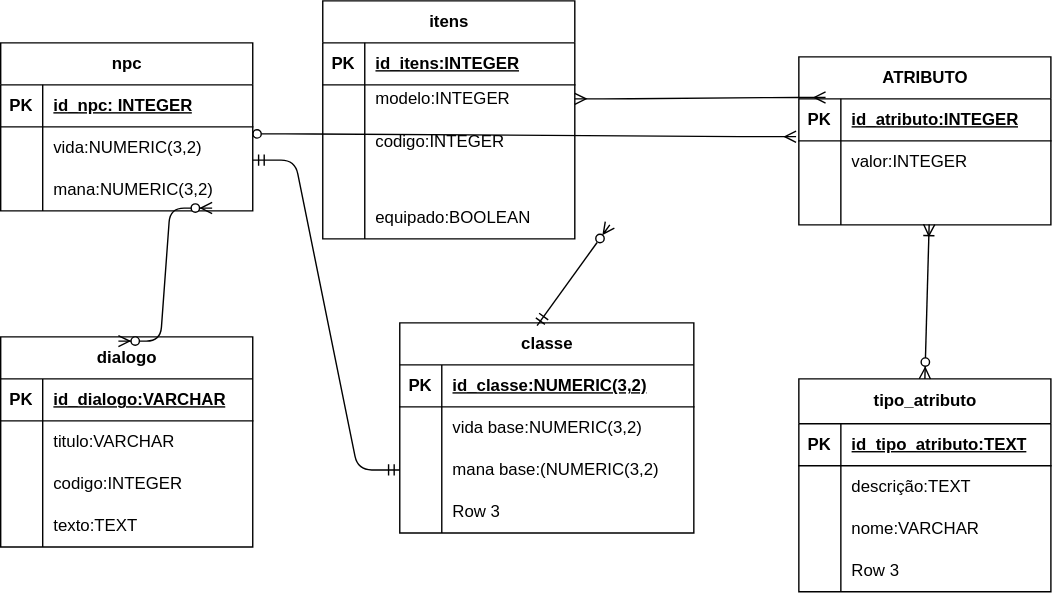
Before: UC2/der.drawio.svg, a diagram exported from draw.io (joaopedrorodriguesdasilva164-creator/sala_de_aula). Source tidied: cells renumbered, new cells last; positions are measured from the earlier drawing's top-left corner, leaving out a move shared by most shapes.
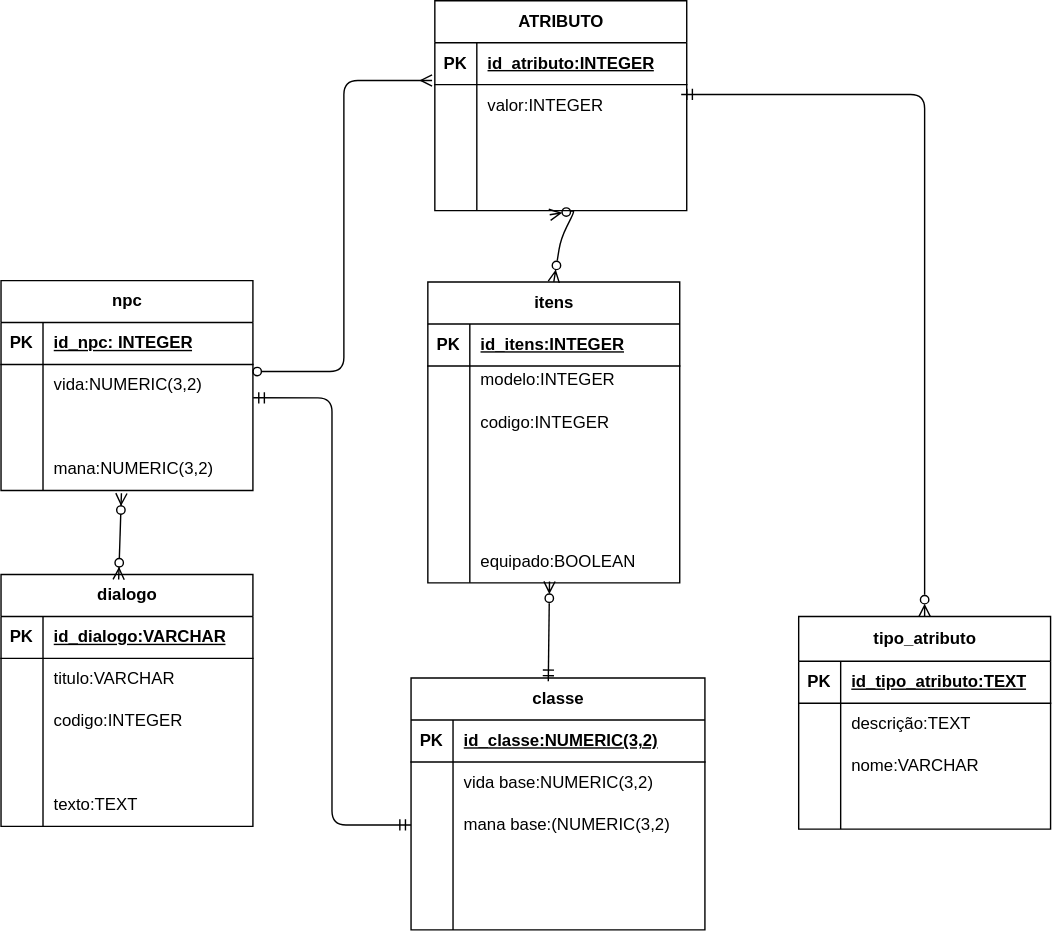
Above is the later version.

Commit message:
aula de hoje

Change to the diagram source:
```diff
@@ -3,7 +3,7 @@
     <mxCell id="0" />
     <mxCell id="1" parent="0" />
     <mxCell id="2" value="npc" style="shape=table;startSize=30;rowLines=0;fontStyle=1;align=center;html=1;" parent="1" vertex="1">
-      <mxGeometry y="30" width="180" height="120" as="geometry" />
+      <mxGeometry y="30" width="180" height="150" as="geometry" />
     </mxCell>
     <mxCell id="3" style="shape=tableRow;horizontal=0;startSize=0;swimlaneHead=0;swimlaneBody=0;fillColor=none;top=0;left=0;right=0;bottom=1;" parent="2" vertex="1">
       <mxGeometry y="30" width="180" height="30" as="geometry" />
@@ -23,8 +23,17 @@
     <mxCell id="8" value="vida:NUMERIC(3,2)" style="shape=partialRectangle;fillColor=none;top=0;left=0;bottom=0;right=0;align=left;spacingLeft=6;overflow=hidden;whiteSpace=wrap;html=1;" parent="6" vertex="1">
       <mxGeometry x="30" width="150" height="30" as="geometry" />
     </mxCell>
+    <mxCell id="83" style="shape=tableRow;horizontal=0;startSize=0;swimlaneHead=0;swimlaneBody=0;fillColor=none;top=0;left=0;right=0;bottom=0;" parent="2" vertex="1">
+      <mxGeometry y="90" width="180" height="30" as="geometry" />
+    </mxCell>
+    <mxCell id="84" style="shape=partialRectangle;fillColor=none;top=0;left=0;bottom=0;right=0;fontStyle=0;overflow=hidden;whiteSpace=wrap;html=1;" parent="83" vertex="1">
+      <mxGeometry width="30" height="30" as="geometry" />
+    </mxCell>
+    <mxCell id="85" style="shape=partialRectangle;fillColor=none;top=0;left=0;bottom=0;right=0;align=left;spacingLeft=6;fontStyle=0;overflow=hidden;whiteSpace=wrap;html=1;" parent="83" vertex="1">
+      <mxGeometry x="30" width="150" height="30" as="geometry" />
+    </mxCell>
     <mxCell id="9" style="shape=tableRow;horizontal=0;startSize=0;swimlaneHead=0;swimlaneBody=0;fillColor=none;points=[[0,0.5],[1,0.5]];portConstraint=eastwest;top=0;left=0;right=0;bottom=0;" parent="2" vertex="1">
-      <mxGeometry y="90" width="180" height="30" as="geometry" />
+      <mxGeometry y="120" width="180" height="30" as="geometry" />
     </mxCell>
     <mxCell id="10" style="shape=partialRectangle;fillColor=none;top=0;left=0;bottom=0;right=0;overflow=hidden;whiteSpace=wrap;html=1;" parent="9" vertex="1">
       <mxGeometry width="30" height="30" as="geometry" />
@@ -33,7 +42,7 @@
       <mxGeometry x="30" width="150" height="30" as="geometry" />
     </mxCell>
     <mxCell id="12" value="itens" style="shape=table;startSize=30;rowLines=0;fontStyle=1;align=center;html=1;" parent="1" vertex="1">
-      <mxGeometry x="230" width="180" height="170" as="geometry" />
+      <mxGeometry x="305" y="31" width="180" height="215" as="geometry" />
     </mxCell>
     <mxCell id="13" style="shape=tableRow;horizontal=0;startSize=0;swimlaneHead=0;swimlaneBody=0;fillColor=none;top=0;left=0;right=0;bottom=1;" parent="12" vertex="1">
       <mxGeometry y="30" width="180" height="30" as="geometry" />
@@ -62,8 +71,26 @@
     <mxCell id="21" value="codigo:INTEGER" style="shape=partialRectangle;fillColor=none;top=0;left=0;bottom=0;right=0;align=left;spacingLeft=6;overflow=hidden;" parent="19" vertex="1">
       <mxGeometry x="30" width="150" height="40" as="geometry" />
     </mxCell>
+    <mxCell id="86" style="shape=tableRow;horizontal=0;startSize=0;swimlaneHead=0;swimlaneBody=0;fillColor=none;top=0;left=0;right=0;bottom=0;" parent="12" vertex="1">
+      <mxGeometry y="120" width="180" height="25" as="geometry" />
+    </mxCell>
+    <mxCell id="87" style="shape=partialRectangle;fillColor=none;top=0;left=0;bottom=0;right=0;fontStyle=0;overflow=hidden;whiteSpace=wrap;html=1;" parent="86" vertex="1">
+      <mxGeometry width="30" height="25" as="geometry" />
+    </mxCell>
+    <mxCell id="88" style="shape=partialRectangle;fillColor=none;top=0;left=0;bottom=0;right=0;align=left;spacingLeft=6;fontStyle=0;overflow=hidden;whiteSpace=wrap;html=1;" parent="86" vertex="1">
+      <mxGeometry x="30" width="150" height="25" as="geometry" />
+    </mxCell>
+    <mxCell id="89" style="shape=tableRow;horizontal=0;startSize=0;swimlaneHead=0;swimlaneBody=0;fillColor=none;top=0;left=0;right=0;bottom=0;" parent="12" vertex="1">
+      <mxGeometry y="145" width="180" height="20" as="geometry" />
+    </mxCell>
+    <mxCell id="90" style="shape=partialRectangle;fillColor=none;top=0;left=0;bottom=0;right=0;overflow=hidden;whiteSpace=wrap;html=1;" parent="89" vertex="1">
+      <mxGeometry width="30" height="20" as="geometry" />
+    </mxCell>
+    <mxCell id="91" style="shape=partialRectangle;fillColor=none;top=0;left=0;bottom=0;right=0;align=left;spacingLeft=6;overflow=hidden;whiteSpace=wrap;html=1;" parent="89" vertex="1">
+      <mxGeometry x="30" width="150" height="20" as="geometry" />
+    </mxCell>
     <mxCell id="22" style="shape=tableRow;horizontal=0;startSize=0;swimlaneHead=0;swimlaneBody=0;fillColor=none;top=0;left=0;right=0;bottom=0;" parent="12" vertex="1">
-      <mxGeometry y="120" width="180" height="20" as="geometry" />
+      <mxGeometry y="165" width="180" height="20" as="geometry" />
     </mxCell>
     <mxCell id="23" style="shape=partialRectangle;fillColor=none;top=0;left=0;bottom=0;right=0;overflow=hidden;whiteSpace=wrap;html=1;" parent="22" vertex="1">
       <mxGeometry width="30" height="20" as="geometry" />
@@ -72,7 +99,7 @@
       <mxGeometry x="30" width="150" height="20" as="geometry" />
     </mxCell>
     <mxCell id="25" style="shape=tableRow;horizontal=0;startSize=0;swimlaneHead=0;swimlaneBody=0;fillColor=none;points=[[0,0.5],[1,0.5]];portConstraint=eastwest;top=0;left=0;right=0;bottom=0;" parent="12" vertex="1">
-      <mxGeometry y="140" width="180" height="30" as="geometry" />
+      <mxGeometry y="185" width="180" height="30" as="geometry" />
     </mxCell>
     <mxCell id="26" style="shape=partialRectangle;fillColor=none;top=0;left=0;bottom=0;right=0;overflow=hidden;whiteSpace=wrap;html=1;" parent="25" vertex="1">
       <mxGeometry width="30" height="30" as="geometry" />
@@ -81,7 +108,7 @@
       <mxGeometry x="30" width="150" height="30" as="geometry" />
     </mxCell>
     <mxCell id="28" value="ATRIBUTO" style="shape=table;startSize=30;rowLines=0;fontStyle=1;align=center;html=1;" parent="1" vertex="1">
-      <mxGeometry x="570" y="40" width="180" height="120" as="geometry" />
+      <mxGeometry x="310" y="-170" width="180" height="150" as="geometry" />
     </mxCell>
     <mxCell id="29" style="shape=tableRow;horizontal=0;startSize=0;swimlaneHead=0;swimlaneBody=0;fillColor=none;points=[[0,0.5],[1,0.5]];portConstraint=eastwest;top=0;left=0;right=0;bottom=1;" parent="28" vertex="1">
       <mxGeometry y="30" width="180" height="30" as="geometry" />
@@ -101,8 +128,17 @@
     <mxCell id="34" value="valor:INTEGER" style="shape=partialRectangle;fillColor=none;top=0;left=0;bottom=0;right=0;align=left;spacingLeft=6;overflow=hidden;whiteSpace=wrap;html=1;" parent="32" vertex="1">
       <mxGeometry x="30" width="150" height="30" as="geometry" />
     </mxCell>
+    <mxCell id="92" style="shape=tableRow;horizontal=0;startSize=0;swimlaneHead=0;swimlaneBody=0;fillColor=none;top=0;left=0;right=0;bottom=0;" parent="28" vertex="1">
+      <mxGeometry y="90" width="180" height="30" as="geometry" />
+    </mxCell>
+    <mxCell id="93" style="shape=partialRectangle;fillColor=none;top=0;left=0;bottom=0;right=0;fontStyle=0;overflow=hidden;whiteSpace=wrap;html=1;" parent="92" vertex="1">
+      <mxGeometry width="30" height="30" as="geometry" />
+    </mxCell>
+    <mxCell id="94" style="shape=partialRectangle;fillColor=none;top=0;left=0;bottom=0;right=0;align=left;spacingLeft=6;fontStyle=0;overflow=hidden;whiteSpace=wrap;html=1;" parent="92" vertex="1">
+      <mxGeometry x="30" width="150" height="30" as="geometry" />
+    </mxCell>
     <mxCell id="35" style="shape=tableRow;horizontal=0;startSize=0;swimlaneHead=0;swimlaneBody=0;fillColor=none;points=[[0,0.5],[1,0.5]];portConstraint=eastwest;top=0;left=0;right=0;bottom=0;" parent="28" vertex="1">
-      <mxGeometry y="90" width="180" height="30" as="geometry" />
+      <mxGeometry y="120" width="180" height="30" as="geometry" />
     </mxCell>
     <mxCell id="36" style="shape=partialRectangle;fillColor=none;top=0;left=0;bottom=0;right=0;overflow=hidden;whiteSpace=wrap;html=1;" parent="35" vertex="1">
       <mxGeometry width="30" height="30" as="geometry" />
@@ -111,7 +147,7 @@
       <mxGeometry x="30" width="150" height="30" as="geometry" />
     </mxCell>
     <mxCell id="38" value="dialogo" style="shape=table;startSize=30;rowLines=0;fontStyle=1;align=center;html=1;" parent="1" vertex="1">
-      <mxGeometry y="240" width="180" height="150" as="geometry" />
+      <mxGeometry y="240" width="180" height="180" as="geometry" />
     </mxCell>
     <mxCell id="39" style="shape=tableRow;horizontal=0;startSize=0;swimlaneHead=0;swimlaneBody=0;fillColor=none;top=0;left=0;right=0;bottom=1;" parent="38" vertex="1">
       <mxGeometry y="30" width="180" height="30" as="geometry" />
@@ -140,8 +176,17 @@
     <mxCell id="47" value="codigo:INTEGER" style="shape=partialRectangle;fillColor=none;top=0;left=0;bottom=0;right=0;align=left;spacingLeft=6;overflow=hidden;whiteSpace=wrap;html=1;" parent="45" vertex="1">
       <mxGeometry x="30" width="150" height="30" as="geometry" />
     </mxCell>
+    <mxCell id="95" style="shape=tableRow;horizontal=0;startSize=0;swimlaneHead=0;swimlaneBody=0;fillColor=none;top=0;left=0;right=0;bottom=0;" parent="38" vertex="1">
+      <mxGeometry y="120" width="180" height="30" as="geometry" />
+    </mxCell>
+    <mxCell id="96" style="shape=partialRectangle;fillColor=none;top=0;left=0;bottom=0;right=0;fontStyle=0;overflow=hidden;whiteSpace=wrap;html=1;" parent="95" vertex="1">
+      <mxGeometry width="30" height="30" as="geometry" />
+    </mxCell>
+    <mxCell id="97" style="shape=partialRectangle;fillColor=none;top=0;left=0;bottom=0;right=0;align=left;spacingLeft=6;fontStyle=0;overflow=hidden;whiteSpace=wrap;html=1;" parent="95" vertex="1">
+      <mxGeometry x="30" width="150" height="30" as="geometry" />
+    </mxCell>
     <mxCell id="48" style="shape=tableRow;horizontal=0;startSize=0;swimlaneHead=0;swimlaneBody=0;fillColor=none;top=0;left=0;right=0;bottom=0;" parent="38" vertex="1">
-      <mxGeometry y="120" width="180" height="30" as="geometry" />
+      <mxGeometry y="150" width="180" height="30" as="geometry" />
     </mxCell>
     <mxCell id="49" style="shape=partialRectangle;fillColor=none;top=0;left=0;bottom=0;right=0;overflow=hidden;whiteSpace=wrap;html=1;" parent="48" vertex="1">
       <mxGeometry width="30" height="30" as="geometry" />
@@ -150,7 +195,7 @@
       <mxGeometry x="30" width="150" height="30" as="geometry" />
     </mxCell>
     <mxCell id="51" value="classe" style="shape=table;startSize=30;rowLines=0;fontStyle=1;align=center;html=1;" parent="1" vertex="1">
-      <mxGeometry x="285" y="230" width="210" height="150" as="geometry" />
+      <mxGeometry x="293" y="314" width="210" height="180" as="geometry" />
     </mxCell>
     <mxCell id="52" style="shape=tableRow;horizontal=0;startSize=0;swimlaneHead=0;swimlaneBody=0;fillColor=none;top=0;left=0;right=0;bottom=1;" parent="51" vertex="1">
       <mxGeometry y="30" width="210" height="30" as="geometry" />
@@ -179,13 +224,22 @@
     <mxCell id="60" value="mana base:(NUMERIC(3,2)" style="shape=partialRectangle;fillColor=none;top=0;left=0;bottom=0;right=0;align=left;spacingLeft=6;overflow=hidden;whiteSpace=wrap;html=1;" parent="58" vertex="1">
       <mxGeometry x="30" width="180" height="30" as="geometry" />
     </mxCell>
+    <mxCell id="98" style="shape=tableRow;horizontal=0;startSize=0;swimlaneHead=0;swimlaneBody=0;fillColor=none;top=0;left=0;right=0;bottom=0;" parent="51" vertex="1">
+      <mxGeometry y="120" width="210" height="30" as="geometry" />
+    </mxCell>
+    <mxCell id="99" style="shape=partialRectangle;fillColor=none;top=0;left=0;bottom=0;right=0;fontStyle=0;overflow=hidden;whiteSpace=wrap;html=1;" parent="98" vertex="1">
+      <mxGeometry width="30" height="30" as="geometry" />
+    </mxCell>
+    <mxCell id="100" style="shape=partialRectangle;fillColor=none;top=0;left=0;bottom=0;right=0;align=left;spacingLeft=6;fontStyle=0;overflow=hidden;whiteSpace=wrap;html=1;" parent="98" vertex="1">
+      <mxGeometry x="30" width="180" height="30" as="geometry" />
+    </mxCell>
     <mxCell id="61" style="shape=tableRow;horizontal=0;startSize=0;swimlaneHead=0;swimlaneBody=0;fillColor=none;top=0;left=0;right=0;bottom=0;" parent="51" vertex="1">
-      <mxGeometry y="120" width="210" height="30" as="geometry" />
+      <mxGeometry y="150" width="210" height="30" as="geometry" />
     </mxCell>
     <mxCell id="62" style="shape=partialRectangle;fillColor=none;top=0;left=0;bottom=0;right=0;overflow=hidden;whiteSpace=wrap;html=1;" parent="61" vertex="1">
       <mxGeometry width="30" height="30" as="geometry" />
     </mxCell>
-    <mxCell id="63" value="Row 3" style="shape=partialRectangle;fillColor=none;top=0;left=0;bottom=0;right=0;align=left;spacingLeft=6;overflow=hidden;whiteSpace=wrap;html=1;" parent="61" vertex="1">
+    <mxCell id="63" style="shape=partialRectangle;fillColor=none;top=0;left=0;bottom=0;right=0;align=left;spacingLeft=6;overflow=hidden;whiteSpace=wrap;html=1;" parent="61" vertex="1">
       <mxGeometry x="30" width="180" height="30" as="geometry" />
     </mxCell>
     <mxCell id="64" value="tipo_atributo" style="shape=table;startSize=32;rowLines=0;fontStyle=1;align=center;html=1;" parent="1" vertex="1">
@@ -224,30 +278,31 @@
     <mxCell id="75" style="shape=partialRectangle;fillColor=none;top=0;left=0;bottom=0;right=0;overflow=hidden;whiteSpace=wrap;html=1;" parent="74" vertex="1">
       <mxGeometry width="30" height="30" as="geometry" />
     </mxCell>
-    <mxCell id="76" value="Row 3" style="shape=partialRectangle;fillColor=none;top=0;left=0;bottom=0;right=0;align=left;spacingLeft=6;overflow=hidden;whiteSpace=wrap;html=1;" parent="74" vertex="1">
+    <mxCell id="76" style="shape=partialRectangle;fillColor=none;top=0;left=0;bottom=0;right=0;align=left;spacingLeft=6;overflow=hidden;whiteSpace=wrap;html=1;" parent="74" vertex="1">
       <mxGeometry x="30" width="150" height="30" as="geometry" />
     </mxCell>
-    <mxCell id="77" style="fontSize=12;html=1;endArrow=ERzeroToMany;startArrow=ERmandOne;exitX=0.467;exitY=0.013;exitDx=0;exitDy=0;exitPerimeter=0;startFill=0;endFill=0;" parent="1" edge="1" source="51">
-      <mxGeometry relative="1" as="geometry">
-        <mxPoint x="435" y="160" as="targetPoint" />
-      </mxGeometry>
+    <mxCell id="77" style="fontSize=12;html=1;endArrow=ERzeroToMany;startArrow=ERmandOne;exitX=0.467;exitY=0.013;exitDx=0;exitDy=0;exitPerimeter=0;startFill=0;endFill=0;entryX=0.483;entryY=0.967;entryDx=0;entryDy=0;entryPerimeter=0;" parent="1" edge="1" source="51" target="25">
+      <mxGeometry relative="1" as="geometry" />
     </mxCell>
-    <mxCell id="78" style="edgeStyle=entityRelationEdgeStyle;fontSize=12;html=1;endArrow=ERzeroToMany;endFill=1;startArrow=ERzeroToMany;exitX=0.467;exitY=0.02;exitDx=0;exitDy=0;exitPerimeter=0;" parent="1" edge="1" source="38">
-      <mxGeometry relative="1" as="geometry">
-        <mxPoint x="151" y="148" as="targetPoint" />
-      </mxGeometry>
+    <mxCell id="78" style="fontSize=12;html=1;endArrow=ERzeroToMany;endFill=1;startArrow=ERzeroToMany;exitX=0.467;exitY=0.02;exitDx=0;exitDy=0;exitPerimeter=0;entryX=0.478;entryY=1.067;entryDx=0;entryDy=0;entryPerimeter=0;" parent="1" edge="1" source="38" target="9">
+      <mxGeometry relative="1" as="geometry" />
     </mxCell>
-    <mxCell id="79" style="fontSize=12;html=1;endArrow=ERoneToMany;startArrow=ERzeroToMany;exitX=0.5;exitY=0;exitDx=0;exitDy=0;entryX=0.517;entryY=0.989;entryDx=0;entryDy=0;entryPerimeter=0;" parent="1" edge="1" source="64" target="35">
+    <mxCell id="79" style="fontSize=12;html=1;endArrow=ERmandOne;startArrow=ERzeroToMany;exitX=0.5;exitY=0;exitDx=0;exitDy=0;entryX=0.978;entryY=0.233;entryDx=0;entryDy=0;entryPerimeter=0;edgeStyle=orthogonalEdgeStyle;startFill=0;endFill=0;" parent="1" edge="1" source="64" target="32">
       <mxGeometry relative="1" as="geometry" />
     </mxCell>
-    <mxCell id="80" style="edgeStyle=entityRelationEdgeStyle;fontSize=12;html=1;endArrow=ERmandOne;startArrow=ERmandOne;entryX=0;entryY=0.5;entryDx=0;entryDy=0;exitX=1.001;exitY=0.792;exitDx=0;exitDy=0;exitPerimeter=0;" parent="1" edge="1" source="6" target="58">
+    <mxCell id="80" style="edgeStyle=orthogonalEdgeStyle;fontSize=12;html=1;endArrow=ERmandOne;startArrow=ERmandOne;entryX=0;entryY=0.5;entryDx=0;entryDy=0;exitX=1.001;exitY=0.792;exitDx=0;exitDy=0;exitPerimeter=0;" parent="1" edge="1" source="6" target="58">
       <mxGeometry relative="1" as="geometry" />
     </mxCell>
-    <mxCell id="81" style="edgeStyle=entityRelationEdgeStyle;fontSize=12;html=1;endArrow=ERmany;startArrow=oval;entryX=-0.011;entryY=-0.1;entryDx=0;entryDy=0;entryPerimeter=0;exitX=1.017;exitY=0.167;exitDx=0;exitDy=0;exitPerimeter=0;endFill=0;startFill=0;" parent="1" edge="1" source="6" target="32">
+    <mxCell id="81" style="edgeStyle=orthogonalEdgeStyle;fontSize=12;html=1;endArrow=ERmany;startArrow=oval;entryX=-0.011;entryY=-0.1;entryDx=0;entryDy=0;entryPerimeter=0;exitX=1.017;exitY=0.167;exitDx=0;exitDy=0;exitPerimeter=0;endFill=0;startFill=0;" parent="1" edge="1" source="6" target="32">
       <mxGeometry relative="1" as="geometry" />
     </mxCell>
-    <mxCell id="82" style="edgeStyle=entityRelationEdgeStyle;fontSize=12;html=1;endArrow=ERmany;startArrow=ERmany;entryX=0.106;entryY=-0.033;entryDx=0;entryDy=0;entryPerimeter=0;exitX=1;exitY=0.5;exitDx=0;exitDy=0;" parent="1" edge="1" source="16" target="29">
-      <mxGeometry relative="1" as="geometry" />
+    <mxCell id="82" style="fontSize=12;html=1;endArrow=ERzeroToMany;startArrow=ERzeroToMany;entryX=0.456;entryY=1.1;entryDx=0;entryDy=0;entryPerimeter=0;exitX=0.5;exitY=0;exitDx=0;exitDy=0;startFill=0;endFill=0;" parent="1" edge="1" source="12" target="35">
+      <mxGeometry x="-0.3" relative="1" as="geometry">
+        <Array as="points">
+          <mxPoint x="400" />
+          <mxPoint x="410" y="-20" />
+        </Array>
+      </mxGeometry>
     </mxCell>
   </root>
 </mxGraphModel>
```
